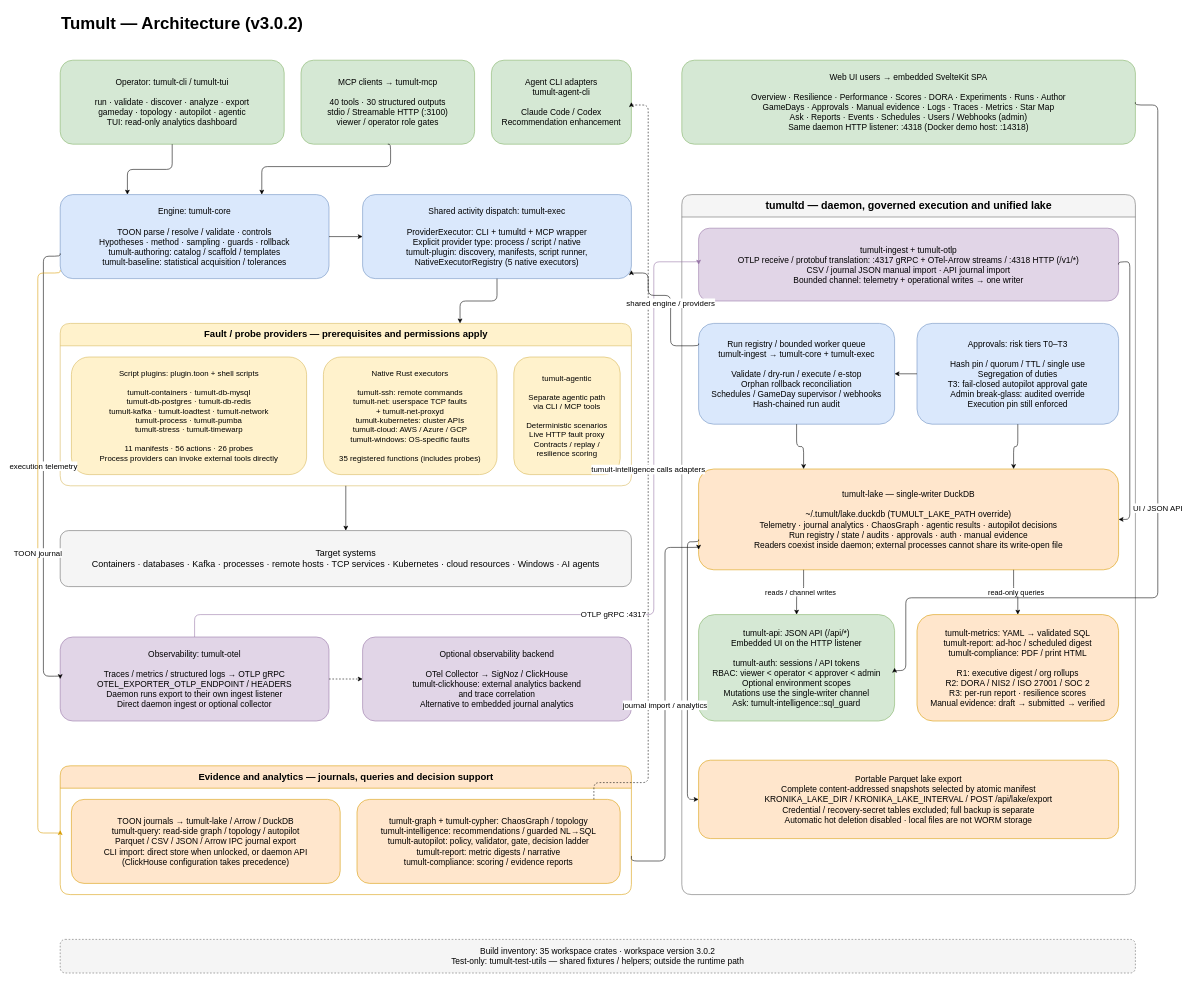
Before: page "High-Level Architecture" (1 of 3) of docs/architecture/tumult-architecture.drawio in mwigge/tumult, a draw.io diagram. Source tidied: cells renumbered, new cells numbered last; positions are measured from the earlier drawing's top-left corner, leaving out a move shared by most shapes. Both pictures are drawn from the tidied source at 56%, with x=0, y=0 at pixel (38, 10).
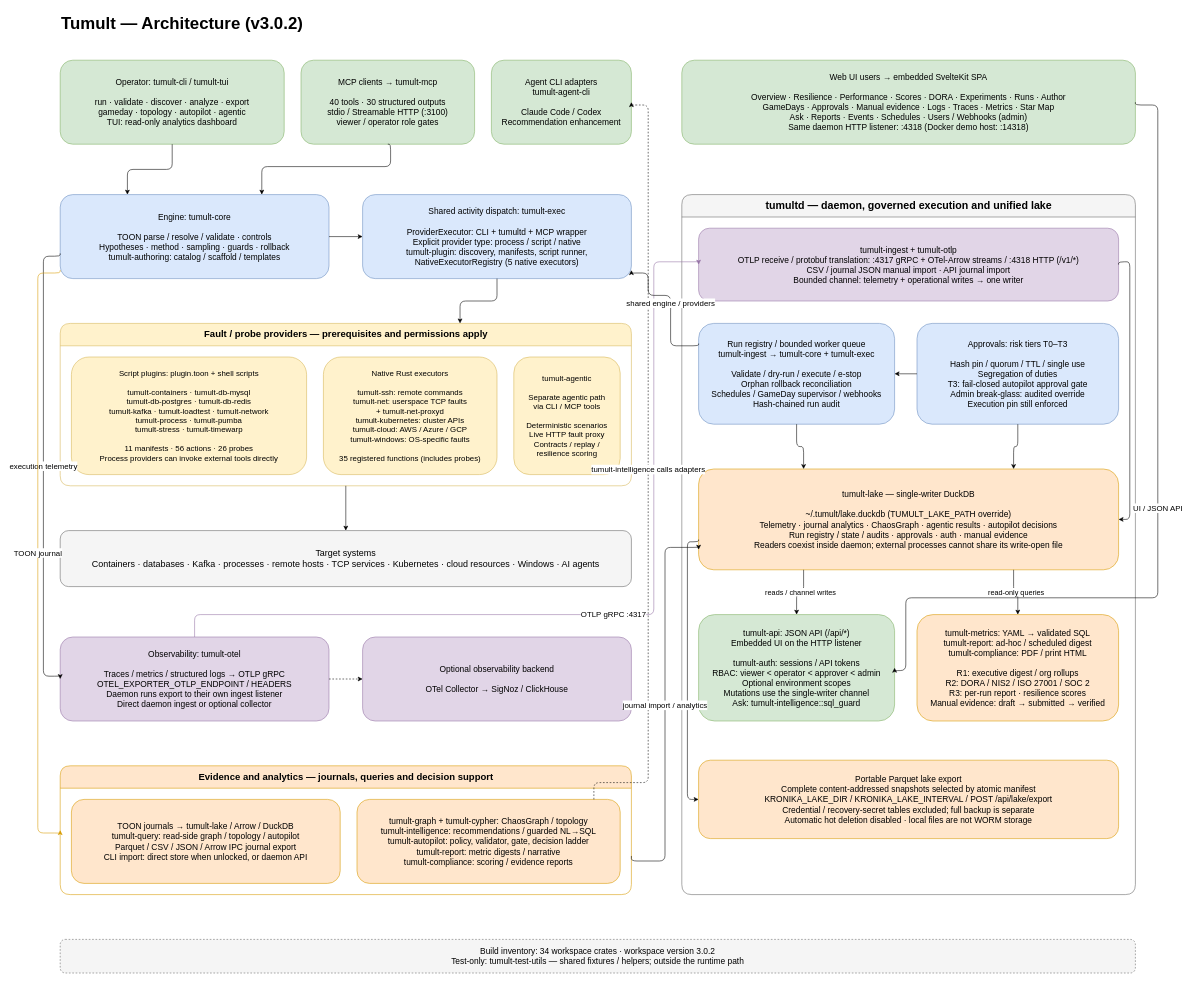
The same page after the edit.

The change refers to these unchanged cells:
```xml
<mxCell id="16" value="Evidence and analytics — journals, queries and decision support" style="swimlane;html=1;startSize=40;fillColor=#ffe6cc;strokeColor=#d79b00;fontSize=17;fontStyle=1;rounded=1;" parent="1" vertex="1">
  <mxGeometry x="40" y="1350" width="1020" height="230" as="geometry" />
</mxCell>
```

Diff of the diagram source:
```diff
@@
-    <mxCell id="7" value="Engine: tumult-core&#10;&#10;TOON parse / resolve / validate · controls&#10;Hypotheses · method · sampling · guards · rollback&#10;tumult-authoring: catalog / scaffold / templates&#10;tumult-baseline: statistical acquisition / tolerances" style="rounded=1;whiteSpace=wrap;html=1;fillColor=#dae8fc;strokeColor=#6c8ebf;fontSize=15;spacing=12;" parent="1" vertex="1">
+    <mxCell id="7" value="Engine: tumult-core&#10;&#10;TOON parse / resolve / validate · controls&#10;Hypotheses · method · sampling · guards · rollback&#10;tumult-authoring: catalog / scaffold / templates" style="rounded=1;whiteSpace=wrap;html=1;fillColor=#dae8fc;strokeColor=#6c8ebf;fontSize=15;spacing=12;" parent="1" vertex="1">
       <mxGeometry x="40" y="330" width="480" height="150" as="geometry" />
     </mxCell>
@@
-    <mxCell id="15" value="Optional observability backend&#10;&#10;OTel Collector → SigNoz / ClickHouse&#10;tumult-clickhouse: external analytics backend&#10;and trace correlation&#10;Alternative to embedded journal analytics" style="rounded=1;whiteSpace=wrap;html=1;fillColor=#e1d5e7;strokeColor=#9673a6;fontSize=15;spacing=12;" parent="1" vertex="1">
+    <mxCell id="15" value="Optional observability backend&#10;&#10;OTel Collector → SigNoz / ClickHouse" style="rounded=1;whiteSpace=wrap;html=1;fillColor=#e1d5e7;strokeColor=#9673a6;fontSize=15;spacing=12;" parent="1" vertex="1">
       <mxGeometry x="580" y="1120" width="480" height="150" as="geometry" />
     </mxCell>
@@
-    <mxCell id="17" value="TOON journals → tumult-lake / Arrow / DuckDB&#10;tumult-query: read-side graph / topology / autopilot&#10;Parquet / CSV / JSON / Arrow IPC journal export&#10;CLI import: direct store when unlocked, or daemon API&#10;(ClickHouse configuration takes precedence)" style="rounded=1;whiteSpace=wrap;html=1;fillColor=#ffe6cc;strokeColor=#d79b00;fontSize=15;spacing=12;" parent="16" vertex="1">
+    <mxCell id="17" value="TOON journals → tumult-lake / Arrow / DuckDB&#10;tumult-query: read-side graph / topology / autopilot&#10;Parquet / CSV / JSON / Arrow IPC journal export&#10;CLI import: direct store when unlocked, or daemon API" style="rounded=1;whiteSpace=wrap;html=1;fillColor=#ffe6cc;strokeColor=#d79b00;fontSize=15;spacing=12;" parent="16" vertex="1">
       <mxGeometry x="20" y="60" width="480" height="150" as="geometry" />
     </mxCell>
@@
-    <mxCell id="27" value="Build inventory: 35 workspace crates · workspace version 3.0.2&#10;Test-only: tumult-test-utils — shared fixtures / helpers; outside the runtime path" style="rounded=1;whiteSpace=wrap;html=1;fillColor=#f5f5f5;strokeColor=#666666;dashed=1;fontSize=15;spacing=12;" parent="1" vertex="1">
+    <mxCell id="27" value="Build inventory: 34 workspace crates · workspace version 3.0.2&#10;Test-only: tumult-test-utils — shared fixtures / helpers; outside the runtime path" style="rounded=1;whiteSpace=wrap;html=1;fillColor=#f5f5f5;strokeColor=#666666;dashed=1;fontSize=15;spacing=12;" parent="1" vertex="1">
       <mxGeometry x="40" y="1660" width="1920" height="60" as="geometry" />
     </mxCell>
```
